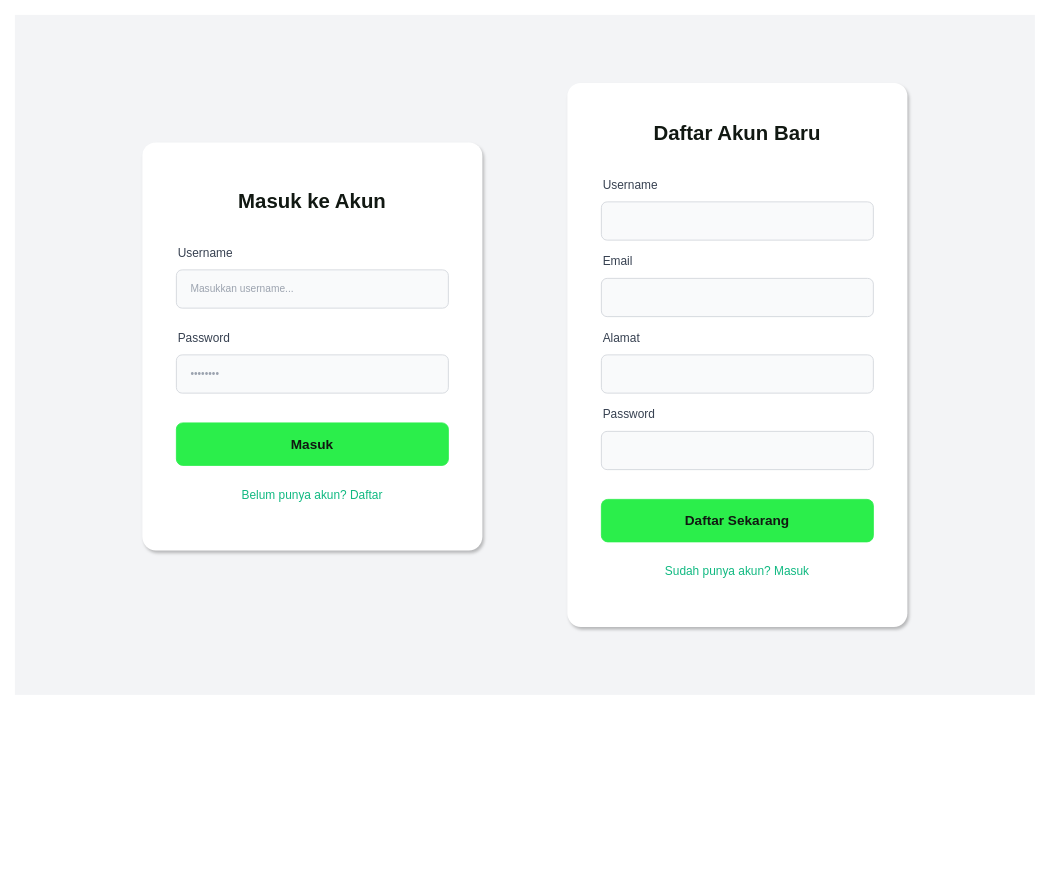
Earlier version of the draw.io diagram diagram/desain/auth.drawio (RajaSunrise/kangkungku). Source tidied: cells renumbered, new cells numbered last; positions are measured from the earlier drawing's top-left corner, leaving out a move shared by most shapes. Both pictures are drawn from the tidied source at 85%, with x=0, y=0 at pixel (14, 14).
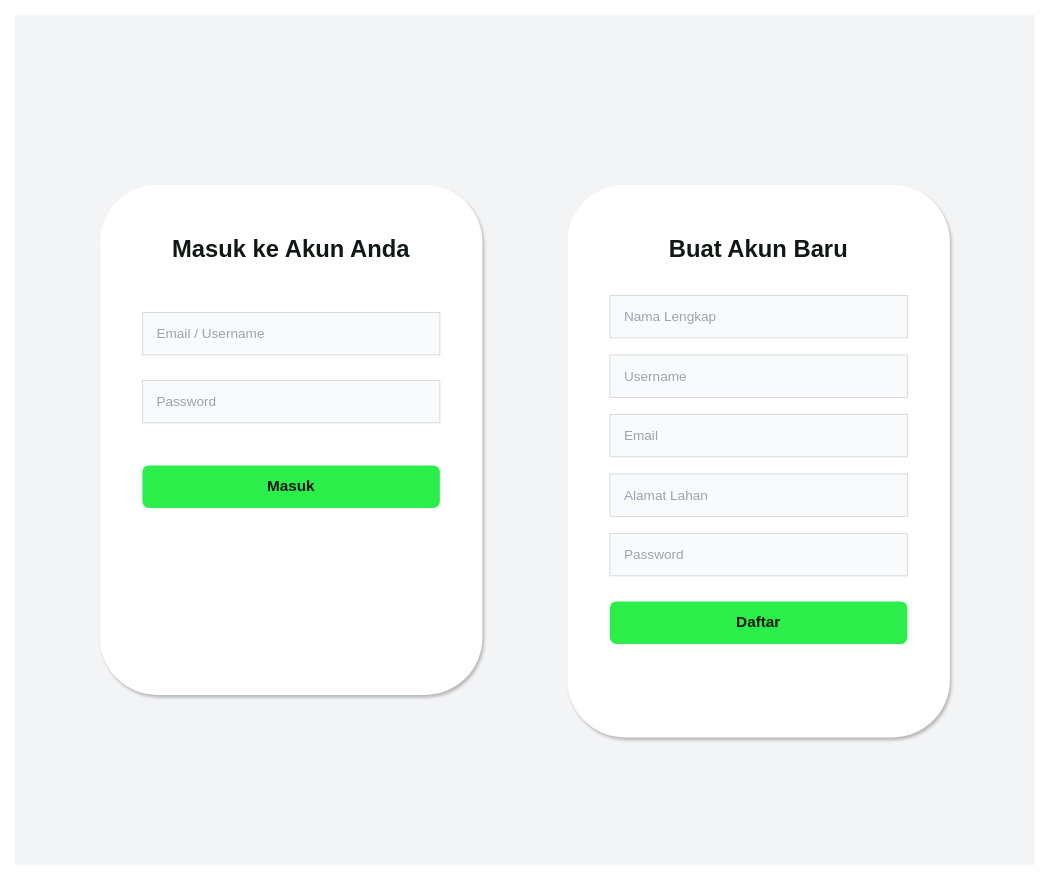
After the change.

Change to the diagram source:
```diff
@@
     <mxCell id="2" style="rounded=0;whiteSpace=wrap;html=1;fillColor=#F3F4F6;strokeColor=none;" parent="1" vertex="1">
-      <mxGeometry width="1200" height="800" as="geometry" />
+      <mxGeometry width="1200" height="1000" as="geometry" />
     </mxCell>
-    <mxCell id="3" style="rounded=1;whiteSpace=wrap;html=1;fillColor=#FFFFFF;strokeColor=none;shadow=1;arcSize=4;" parent="1" vertex="1">
-      <mxGeometry x="150" y="150" width="400" height="480" as="geometry" />
+    <mxCell id="3" style="rounded=1;whiteSpace=wrap;html=1;fillColor=#FFFFFF;strokeColor=none;shadow=1;" parent="1" vertex="1">
+      <mxGeometry x="100" y="200" width="450" height="600" as="geometry" />
     </mxCell>
-    <mxCell id="4" value="Masuk ke Akun" style="text;html=1;strokeColor=none;fillColor=none;align=center;verticalAlign=middle;whiteSpace=wrap;rounded=0;fontColor=#111812;fontSize=24;fontStyle=1;fontFamily=Space Grotesk;" parent="1" vertex="1">
-      <mxGeometry x="150" y="200" width="400" height="40" as="geometry" />
+    <mxCell id="4" value="Masuk ke Akun Anda" style="text;html=1;strokeColor=none;fillColor=none;align=center;verticalAlign=middle;whiteSpace=wrap;rounded=0;fontColor=#111812;fontSize=28;fontStyle=1;" parent="1" vertex="1">
+      <mxGeometry x="125" y="250" width="400" height="50" as="geometry" />
     </mxCell>
-    <mxCell id="5" value="Username" style="text;html=1;strokeColor=none;fillColor=none;align=left;verticalAlign=middle;whiteSpace=wrap;rounded=0;fontColor=#374151;fontSize=14;" parent="1" vertex="1">
-      <mxGeometry x="190" y="270" width="320" height="20" as="geometry" />
-    </mxCell>
-    <mxCell id="6" value="Masukkan username..." style="rounded=1;whiteSpace=wrap;html=1;fillColor=#F9FAFB;strokeColor=#D1D5DB;align=left;spacingLeft=15;fontColor=#9CA3AF;" parent="1" vertex="1">
-      <mxGeometry x="190" y="300" width="320" height="45" as="geometry" />
-    </mxCell>
-    <mxCell id="7" value="Password" style="text;html=1;strokeColor=none;fillColor=none;align=left;verticalAlign=middle;whiteSpace=wrap;rounded=0;fontColor=#374151;fontSize=14;" parent="1" vertex="1">
-      <mxGeometry x="190" y="370" width="320" height="20" as="geometry" />
-    </mxCell>
-    <mxCell id="8" value="••••••••" style="rounded=1;whiteSpace=wrap;html=1;fillColor=#F9FAFB;strokeColor=#D1D5DB;align=left;spacingLeft=15;fontColor=#9CA3AF;" parent="1" vertex="1">
-      <mxGeometry x="190" y="400" width="320" height="45" as="geometry" />
-    </mxCell>
+    <mxCell id="23" value="Email / Username" style="rounded=0;whiteSpace=wrap;html=1;fillColor=#F9FAFB;strokeColor=#D1D5DB;fontColor=#9CA3AF;align=left;spacingLeft=15;fontSize=16;" parent="1" vertex="1">
+      <mxGeometry x="150" y="350" width="350" height="50" as="geometry" />
+    </mxCell>
+    <mxCell id="24" value="Password" style="rounded=0;whiteSpace=wrap;html=1;fillColor=#F9FAFB;strokeColor=#D1D5DB;fontColor=#9CA3AF;align=left;spacingLeft=15;fontSize=16;" parent="1" vertex="1">
+      <mxGeometry x="150" y="430" width="350" height="50" as="geometry" />
+    </mxCell>
-    <mxCell id="9" value="Masuk" style="rounded=1;whiteSpace=wrap;html=1;fillColor=#2BEE4B;strokeColor=#2BEE4B;fontColor=#111812;fontStyle=1;fontSize=16;" parent="1" vertex="1">
-      <mxGeometry x="190" y="480" width="320" height="50" as="geometry" />
+    <mxCell id="9" value="Masuk" style="rounded=1;whiteSpace=wrap;html=1;fillColor=#2BEE4B;strokeColor=none;fontColor=#111812;fontStyle=1;fontSize=18;" parent="1" vertex="1">
+      <mxGeometry x="150" y="530" width="350" height="50" as="geometry" />
     </mxCell>
-    <mxCell id="10" value="Belum punya akun? Daftar" style="text;html=1;strokeColor=none;fillColor=none;align=center;verticalAlign=middle;whiteSpace=wrap;rounded=0;fontColor=#10B981;fontSize=14;" parent="1" vertex="1">
-      <mxGeometry x="150" y="550" width="400" height="30" as="geometry" />
-    </mxCell>
-    <mxCell id="11" style="rounded=1;whiteSpace=wrap;html=1;fillColor=#FFFFFF;strokeColor=none;shadow=1;arcSize=4;" parent="1" vertex="1">
-      <mxGeometry x="650" y="80" width="400" height="640" as="geometry" />
+    <mxCell id="11" style="rounded=1;whiteSpace=wrap;html=1;fillColor=#FFFFFF;strokeColor=none;shadow=1;" parent="1" vertex="1">
+      <mxGeometry x="650" y="200" width="450" height="650" as="geometry" />
     </mxCell>
-    <mxCell id="12" value="Daftar Akun Baru" style="text;html=1;strokeColor=none;fillColor=none;align=center;verticalAlign=middle;whiteSpace=wrap;rounded=0;fontColor=#111812;fontSize=24;fontStyle=1;fontFamily=Space Grotesk;" parent="1" vertex="1">
-      <mxGeometry x="650" y="120" width="400" height="40" as="geometry" />
+    <mxCell id="12" value="Buat Akun Baru" style="text;html=1;strokeColor=none;fillColor=none;align=center;verticalAlign=middle;whiteSpace=wrap;rounded=0;fontColor=#111812;fontSize=28;fontStyle=1;" parent="1" vertex="1">
+      <mxGeometry x="675" y="250" width="400" height="50" as="geometry" />
     </mxCell>
-    <mxCell id="13" value="Username" style="text;html=1;strokeColor=none;fillColor=none;align=left;verticalAlign=middle;whiteSpace=wrap;rounded=0;fontColor=#374151;fontSize=14;" parent="1" vertex="1">
-      <mxGeometry x="690" y="190" width="320" height="20" as="geometry" />
-    </mxCell>
-    <mxCell id="14" style="rounded=1;whiteSpace=wrap;html=1;fillColor=#F9FAFB;strokeColor=#D1D5DB;align=left;spacingLeft=15;" parent="1" vertex="1">
-      <mxGeometry x="690" y="220" width="320" height="45" as="geometry" />
-    </mxCell>
+    <mxCell id="25" value="Nama Lengkap" style="rounded=0;whiteSpace=wrap;html=1;fillColor=#F9FAFB;strokeColor=#D1D5DB;fontColor=#9CA3AF;align=left;spacingLeft=15;fontSize=16;" parent="1" vertex="1">
+      <mxGeometry x="700" y="330" width="350" height="50" as="geometry" />
+    </mxCell>
+    <mxCell id="26" value="Username" style="rounded=0;whiteSpace=wrap;html=1;fillColor=#F9FAFB;strokeColor=#D1D5DB;fontColor=#9CA3AF;align=left;spacingLeft=15;fontSize=16;" parent="1" vertex="1">
+      <mxGeometry x="700" y="400" width="350" height="50" as="geometry" />
+    </mxCell>
-    <mxCell id="15" value="Email" style="text;html=1;strokeColor=none;fillColor=none;align=left;verticalAlign=middle;whiteSpace=wrap;rounded=0;fontColor=#374151;fontSize=14;" parent="1" vertex="1">
-      <mxGeometry x="690" y="280" width="320" height="20" as="geometry" />
+    <mxCell id="15" value="Email" style="rounded=0;whiteSpace=wrap;html=1;fillColor=#F9FAFB;strokeColor=#D1D5DB;fontColor=#9CA3AF;align=left;spacingLeft=15;fontSize=16;" parent="1" vertex="1">
+      <mxGeometry x="700" y="470" width="350" height="50" as="geometry" />
     </mxCell>
-    <mxCell id="16" style="rounded=1;whiteSpace=wrap;html=1;fillColor=#F9FAFB;strokeColor=#D1D5DB;align=left;spacingLeft=15;" parent="1" vertex="1">
-      <mxGeometry x="690" y="310" width="320" height="45" as="geometry" />
-    </mxCell>
-    <mxCell id="17" value="Alamat" style="text;html=1;strokeColor=none;fillColor=none;align=left;verticalAlign=middle;whiteSpace=wrap;rounded=0;fontColor=#374151;fontSize=14;" parent="1" vertex="1">
-      <mxGeometry x="690" y="370" width="320" height="20" as="geometry" />
-    </mxCell>
-    <mxCell id="18" style="rounded=1;whiteSpace=wrap;html=1;fillColor=#F9FAFB;strokeColor=#D1D5DB;align=left;spacingLeft=15;" parent="1" vertex="1">
-      <mxGeometry x="690" y="400" width="320" height="45" as="geometry" />
-    </mxCell>
-    <mxCell id="19" value="Password" style="text;html=1;strokeColor=none;fillColor=none;align=left;verticalAlign=middle;whiteSpace=wrap;rounded=0;fontColor=#374151;fontSize=14;" parent="1" vertex="1">
-      <mxGeometry x="690" y="460" width="320" height="20" as="geometry" />
-    </mxCell>
-    <mxCell id="20" style="rounded=1;whiteSpace=wrap;html=1;fillColor=#F9FAFB;strokeColor=#D1D5DB;align=left;spacingLeft=15;" parent="1" vertex="1">
-      <mxGeometry x="690" y="490" width="320" height="45" as="geometry" />
-    </mxCell>
+    <mxCell id="27" value="Alamat Lahan" style="rounded=0;whiteSpace=wrap;html=1;fillColor=#F9FAFB;strokeColor=#D1D5DB;fontColor=#9CA3AF;align=left;spacingLeft=15;fontSize=16;" parent="1" vertex="1">
+      <mxGeometry x="700" y="540" width="350" height="50" as="geometry" />
+    </mxCell>
+    <mxCell id="28" value="Password" style="rounded=0;whiteSpace=wrap;html=1;fillColor=#F9FAFB;strokeColor=#D1D5DB;fontColor=#9CA3AF;align=left;spacingLeft=15;fontSize=16;" parent="1" vertex="1">
+      <mxGeometry x="700" y="610" width="350" height="50" as="geometry" />
+    </mxCell>
-    <mxCell id="21" value="Daftar Sekarang" style="rounded=1;whiteSpace=wrap;html=1;fillColor=#2BEE4B;strokeColor=#2BEE4B;fontColor=#111812;fontStyle=1;fontSize=16;" parent="1" vertex="1">
-      <mxGeometry x="690" y="570" width="320" height="50" as="geometry" />
+    <mxCell id="21" value="Daftar" style="rounded=1;whiteSpace=wrap;html=1;fillColor=#2BEE4B;strokeColor=none;fontColor=#111812;fontStyle=1;fontSize=18;" parent="1" vertex="1">
+      <mxGeometry x="700" y="690" width="350" height="50" as="geometry" />
     </mxCell>
-    <mxCell id="22" value="Sudah punya akun? Masuk" style="text;html=1;strokeColor=none;fillColor=none;align=center;verticalAlign=middle;whiteSpace=wrap;rounded=0;fontColor=#10B981;fontSize=14;" parent="1" vertex="1">
-      <mxGeometry x="650" y="640" width="400" height="30" as="geometry" />
-    </mxCell>
```
